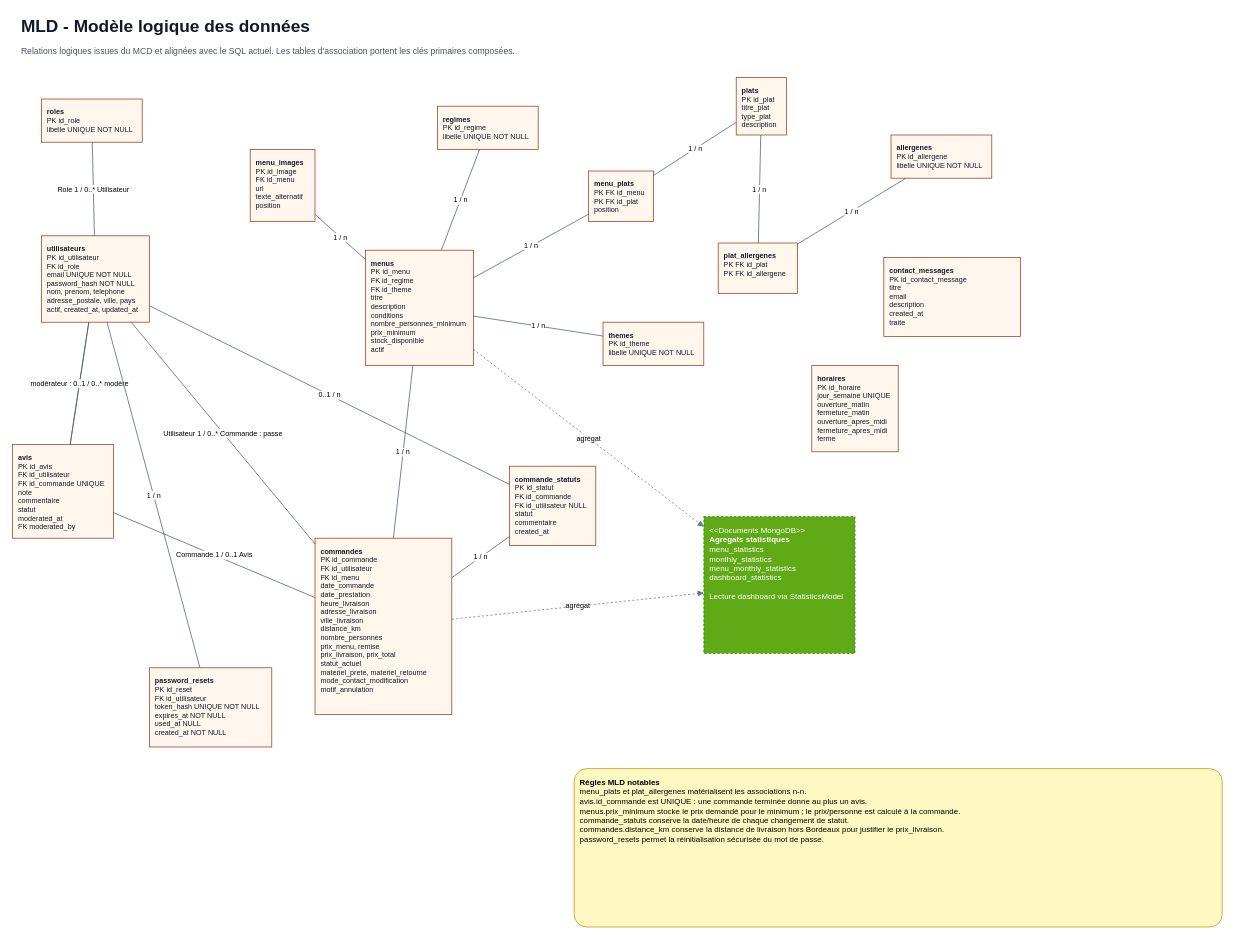
elscribe/Github-vite-et-gourmand keeps this draw.io diagram as docs/database/MLD.drawio. Above is the earlier version. Source tidied: cells renumbered, new cells numbered last; positions are measured from the earlier drawing's top-left corner, leaving out a move shared by most shapes. Both pictures are drawn from the tidied source at 72%, with x=0, y=0 at pixel (12, 12).
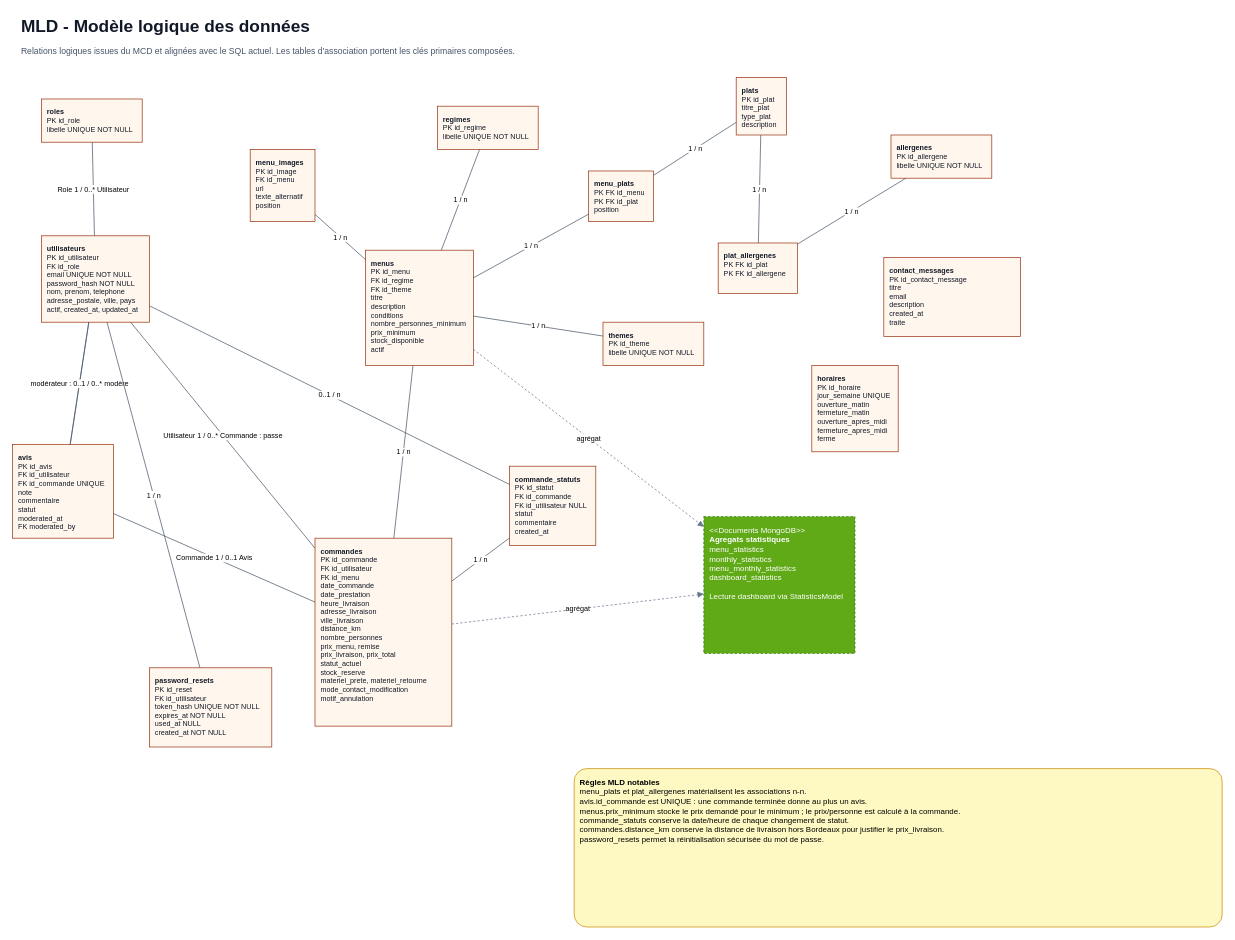
The same page after the edit.

Commit message (it also covers changes not shown here):
docs(database): ajouter stock_reserve aux schémas Merise

Change to the diagram source:
```diff
@@
-    <mxCell id="10" value="&lt;b&gt;commandes&lt;/b&gt;&lt;br&gt;PK id_commande&lt;br&gt;FK id_utilisateur&lt;br&gt;FK id_menu&lt;br&gt;date_commande&lt;br&gt;date_prestation&lt;br&gt;heure_livraison&lt;br&gt;adresse_livraison&lt;br&gt;ville_livraison&lt;br&gt;distance_km&lt;br&gt;nombre_personnes&lt;br&gt;prix_menu, remise&lt;br&gt;prix_livraison, prix_total&lt;br&gt;statut_actuel&lt;br&gt;materiel_prete, materiel_retourne&lt;br&gt;mode_contact_modification&lt;br&gt;motif_annulation" style="rounded=0;whiteSpace=wrap;html=1;fillColor=#fff7ed;strokeColor=#9a3412;fontSize=10;align=left;verticalAlign=top;spacing=8;fontColor=#111827;" parent="1" vertex="1">
-      <mxGeometry x="420" y="730" width="190" height="245" as="geometry" />
+    <mxCell id="10" value="&lt;b&gt;commandes&lt;/b&gt;&lt;br&gt;PK id_commande&lt;br&gt;FK id_utilisateur&lt;br&gt;FK id_menu&lt;br&gt;date_commande&lt;br&gt;date_prestation&lt;br&gt;heure_livraison&lt;br&gt;adresse_livraison&lt;br&gt;ville_livraison&lt;br&gt;distance_km&lt;br&gt;nombre_personnes&lt;br&gt;prix_menu, remise&lt;br&gt;prix_livraison, prix_total&lt;br&gt;statut_actuel&lt;br&gt;stock_reserve&lt;br&gt;materiel_prete, materiel_retourne&lt;br&gt;mode_contact_modification&lt;br&gt;motif_annulation" style="rounded=0;whiteSpace=wrap;html=1;fillColor=#fff7ed;strokeColor=#9a3412;fontSize=10;align=left;verticalAlign=top;spacing=8;fontColor=#111827;" parent="1" vertex="1">
+      <mxGeometry x="420" y="730" width="190" height="261" as="geometry" />
     </mxCell>
```
